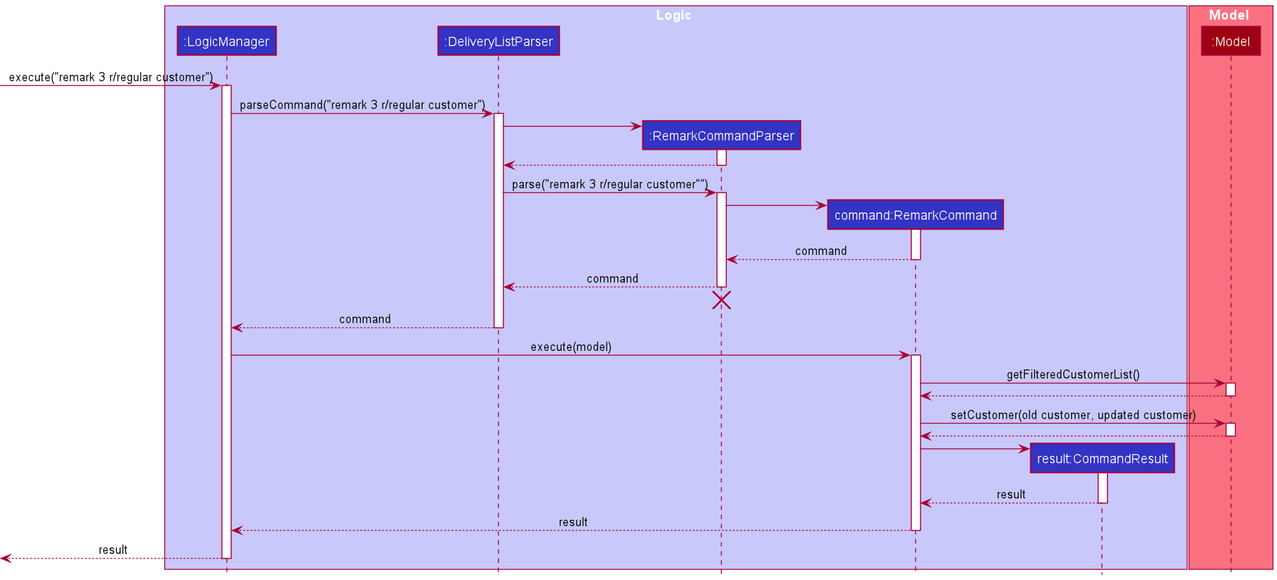
Earlier version of the PlantUML export docs/images/RemarkCommandSequenceDiagram.png (nus-cs2103-AY2021S2/tp). Source of this version:
```plantuml
@startuml
!include style.puml

box Logic LOGIC_COLOR_T1
participant ":LogicManager" as LogicManager LOGIC_COLOR
participant ":DeliveryListParser" as DeliveryListParser LOGIC_COLOR
participant ":RemarkCommandParser" as RemarkCommandParser LOGIC_COLOR
participant "command:RemarkCommand" as RemarkCommand LOGIC_COLOR
participant "result:CommandResult" as CommandResult LOGIC_COLOR
end box

box Model MODEL_COLOR_T1
participant ":Model" as Model MODEL_COLOR
end box

[-> LogicManager : execute("remark 3 r/regular customer")
activate LogicManager

LogicManager -> DeliveryListParser : parseCommand("remark 3 r/regular customer")
activate DeliveryListParser

create RemarkCommandParser
DeliveryListParser -> RemarkCommandParser
activate RemarkCommandParser

RemarkCommandParser --> DeliveryListParser
deactivate RemarkCommandParser

DeliveryListParser -> RemarkCommandParser : parse("remark 3 r/regular customer"")
activate RemarkCommandParser

create RemarkCommand
RemarkCommandParser -> RemarkCommand
activate RemarkCommand

RemarkCommand --> RemarkCommandParser : command
deactivate RemarkCommand

RemarkCommandParser --> DeliveryListParser : command
deactivate RemarkCommandParser
RemarkCommandParser -[hidden]-> DeliveryListParser
destroy RemarkCommandParser

DeliveryListParser --> LogicManager : command
deactivate DeliveryListParser

LogicManager -> RemarkCommand : execute(model)
activate RemarkCommand

RemarkCommand -> Model : getFilteredCustomerList()
activate Model

Model --> RemarkCommand
deactivate Model

RemarkCommand -> Model : setCustomer(old customer, updated customer)
activate Model

Model --> RemarkCommand
deactivate Model

create CommandResult
RemarkCommand -> CommandResult
activate CommandResult

CommandResult --> RemarkCommand : result
deactivate CommandResult

RemarkCommand --> LogicManager : result
deactivate RemarkCommand

[<--LogicManager : result
deactivate LogicManager
@enduml
```
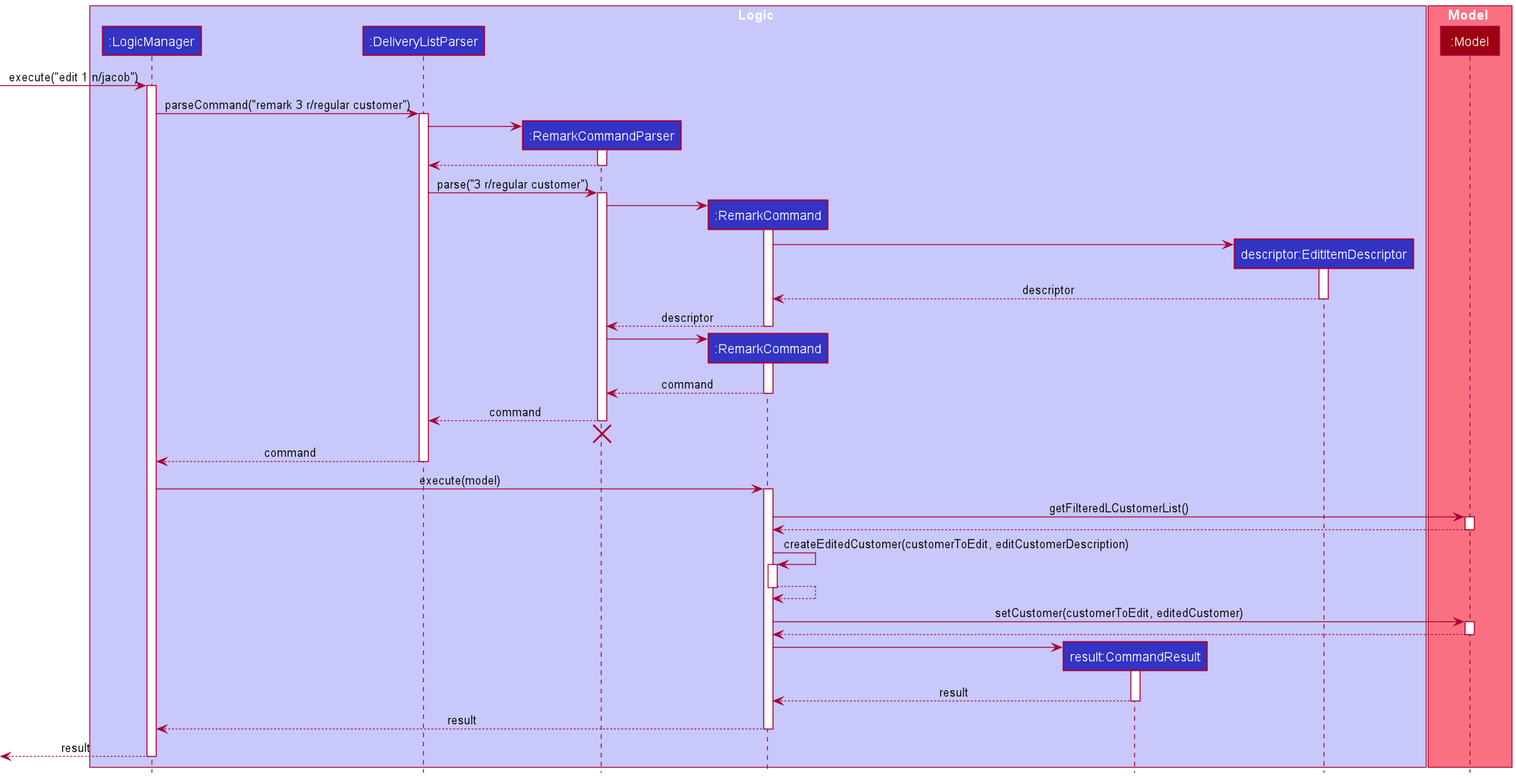
After the change.

Change to the diagram source:
```diff
@@ -5,15 +5,16 @@
 participant ":LogicManager" as LogicManager LOGIC_COLOR
 participant ":DeliveryListParser" as DeliveryListParser LOGIC_COLOR
 participant ":RemarkCommandParser" as RemarkCommandParser LOGIC_COLOR
-participant "command:RemarkCommand" as RemarkCommand LOGIC_COLOR
+participant ":RemarkCommand" as RemarkCommand LOGIC_COLOR
 participant "result:CommandResult" as CommandResult LOGIC_COLOR
+participant "descriptor:EditItemDescriptor" as EditItemDescriptor LOGIC_COLOR
 end box
 
 box Model MODEL_COLOR_T1
 participant ":Model" as Model MODEL_COLOR
 end box
 
-[-> LogicManager : execute("remark 3 r/regular customer")
+[-> LogicManager : execute("edit 1 n/jacob")
 activate LogicManager
 
 LogicManager -> DeliveryListParser : parseCommand("remark 3 r/regular customer")
@@ -26,8 +27,22 @@
 RemarkCommandParser --> DeliveryListParser
 deactivate RemarkCommandParser
 
-DeliveryListParser -> RemarkCommandParser : parse("remark 3 r/regular customer"")
+DeliveryListParser -> RemarkCommandParser : parse("3 r/regular customer")
 activate RemarkCommandParser
+
+create RemarkCommand
+RemarkCommandParser -> RemarkCommand
+activate RemarkCommand
+
+create EditItemDescriptor
+RemarkCommand -> EditItemDescriptor
+activate EditItemDescriptor
+
+EditItemDescriptor --> RemarkCommand : descriptor
+deactivate EditItemDescriptor
+
+RemarkCommand --> RemarkCommandParser : descriptor
+deactivate RemarkCommand
 
 create RemarkCommand
 RemarkCommandParser -> RemarkCommand
@@ -38,6 +53,7 @@
 
 RemarkCommandParser --> DeliveryListParser : command
 deactivate RemarkCommandParser
+
 RemarkCommandParser -[hidden]-> DeliveryListParser
 destroy RemarkCommandParser
 
@@ -47,13 +63,19 @@
 LogicManager -> RemarkCommand : execute(model)
 activate RemarkCommand
 
-RemarkCommand -> Model : getFilteredCustomerList()
+RemarkCommand -> Model : getFilteredLCustomerList()
 activate Model
 
 Model --> RemarkCommand
 deactivate Model
 
-RemarkCommand -> Model : setCustomer(old customer, updated customer)
+RemarkCommand -> RemarkCommand : createEditedCustomer(customerToEdit, editCustomerDescription)
+activate RemarkCommand
+
+RemarkCommand --> RemarkCommand
+deactivate RemarkCommand
+
+RemarkCommand -> Model : setCustomer(customerToEdit, editedCustomer)
 activate Model
 
 Model --> RemarkCommand
```
